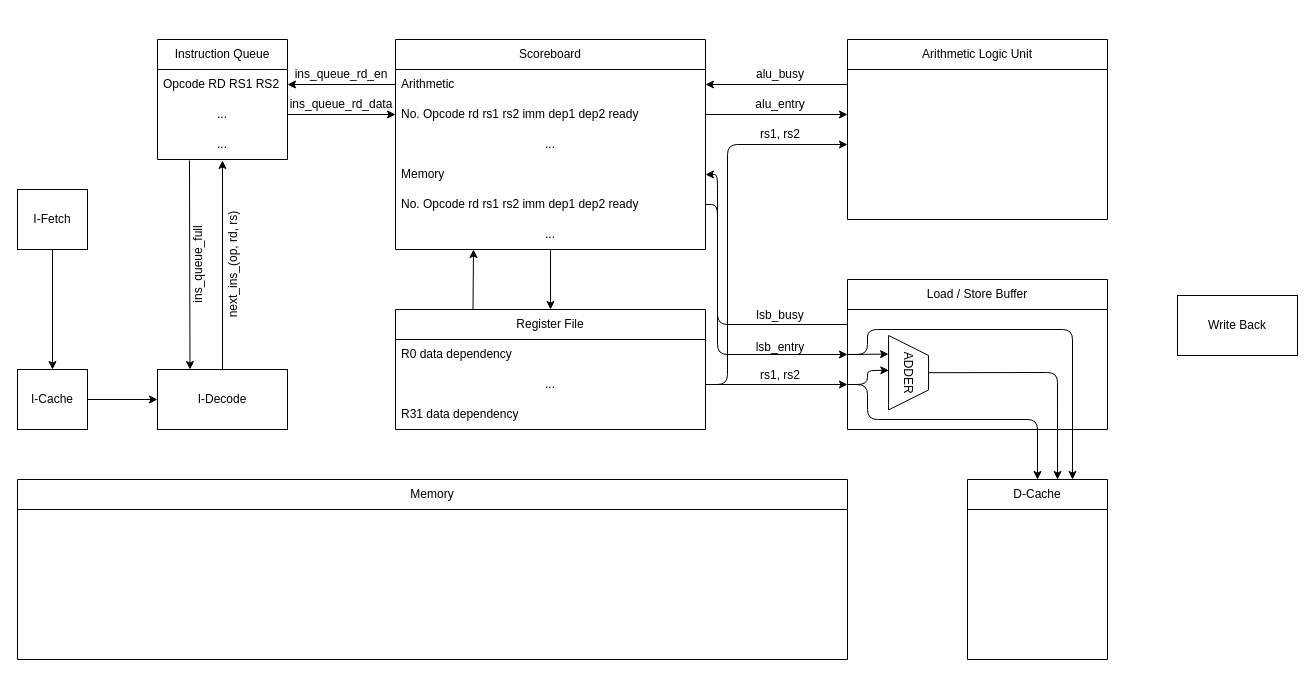
Earlier version of the draw.io diagram doc/structure.drawio (Conless/tiramisu). Source tidied: cells renumbered, new cells numbered last; positions are measured from the earlier drawing's top-left corner, leaving out a move shared by most shapes. Both pictures are drawn from the tidied source at 100%, with x=0, y=0 at pixel (17, 39).
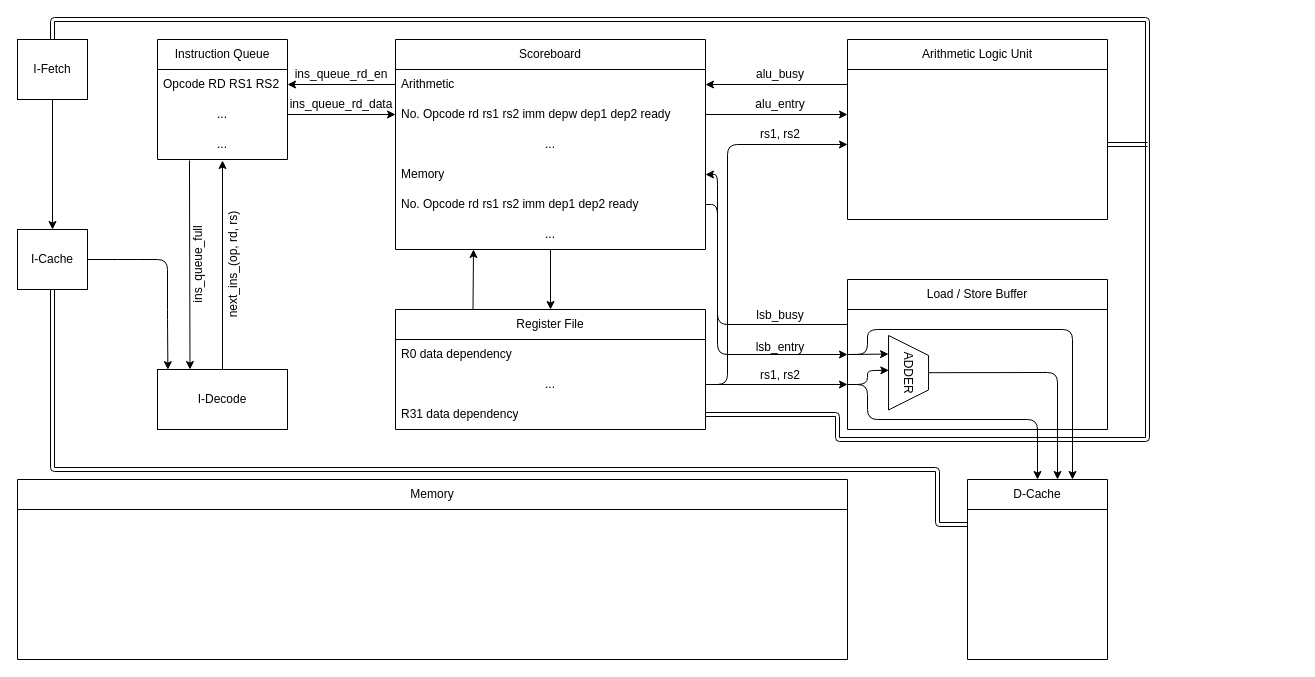
After the change.

Commit message:
feat(structure): finish design.

The change refers to these unchanged cells:
```xml
<mxCell id="8" value="I-Decode" style="whiteSpace=wrap;html=1;" parent="1" vertex="1">
  <mxGeometry x="140" y="330" width="130" height="60" as="geometry" />
</mxCell>
<mxCell id="16" value="Scoreboard" style="swimlane;fontStyle=0;horizontal=1;startSize=30;whiteSpace=wrap;html=1;" parent="1" vertex="1">
  <mxGeometry x="378" width="310" height="210" as="geometry" />
</mxCell>
<mxCell id="31" value="R31 data dependency" style="text;strokeColor=none;fillColor=none;align=left;verticalAlign=middle;spacingLeft=4;spacingRight=4;overflow=hidden;points=[[0,0.5],[1,0.5]];portConstraint=eastwest;whiteSpace=wrap;html=1;" parent="28" vertex="1">
  <mxGeometry y="90" width="310" height="30" as="geometry" />
</mxCell>
<mxCell id="35" style="text;strokeColor=none;fillColor=none;align=left;verticalAlign=middle;spacingLeft=4;spacingRight=4;overflow=hidden;points=[[0,0.5],[1,0.5]];portConstraint=eastwest;whiteSpace=wrap;html=1;" parent="32" vertex="1">
  <mxGeometry y="90" width="260" height="30" as="geometry" />
</mxCell>
<mxCell id="57" style="text;strokeColor=none;fillColor=none;align=left;verticalAlign=middle;spacingLeft=4;spacingRight=4;overflow=hidden;points=[[0,0.5],[1,0.5]];portConstraint=eastwest;whiteSpace=wrap;html=1;" parent="56" vertex="1">
  <mxGeometry y="30" width="140" height="30" as="geometry" />
</mxCell>
```

What changed in the source:
```diff
@@
     <mxCell id="4" value="I-Fetch" style="whiteSpace=wrap;html=1;" parent="1" vertex="1">
-      <mxGeometry y="150" width="70" height="60" as="geometry" />
+      <mxGeometry width="70" height="60" as="geometry" />
     </mxCell>
-    <mxCell id="5" style="edgeStyle=none;html=1;" parent="1" edge="1" source="6" target="8">
-      <mxGeometry relative="1" as="geometry" />
+    <mxCell id="5" style="edgeStyle=none;html=1;exitX=1;exitY=0.5;exitDx=0;exitDy=0;entryX=0.08;entryY=0.003;entryDx=0;entryDy=0;entryPerimeter=0;" parent="1" edge="1" source="6" target="8">
+      <mxGeometry relative="1" as="geometry">
+        <Array as="points">
+          <mxPoint x="110" y="220" />
+          <mxPoint x="150" y="220" />
+          <mxPoint x="150" y="280" />
+        </Array>
+      </mxGeometry>
     </mxCell>
     <mxCell id="6" value="I-Cache" style="whiteSpace=wrap;html=1;" parent="1" vertex="1">
-      <mxGeometry y="330" width="70" height="60" as="geometry" />
+      <mxGeometry y="190" width="70" height="60" as="geometry" />
     </mxCell>
@@
-    <mxCell id="18" value="No. Opcode rd rs1 rs2 imm dep1 dep2 ready&amp;nbsp;" style="text;strokeColor=none;fillColor=none;align=left;verticalAlign=middle;spacingLeft=4;spacingRight=4;overflow=hidden;points=[[0,0.5],[1,0.5]];portConstraint=eastwest;whiteSpace=wrap;html=1;" parent="16" vertex="1">
+    <mxCell id="18" value="No. Opcode rd rs1 rs2 imm depw dep1 dep2 ready&amp;nbsp;" style="text;strokeColor=none;fillColor=none;align=left;verticalAlign=middle;spacingLeft=4;spacingRight=4;overflow=hidden;points=[[0,0.5],[1,0.5]];portConstraint=eastwest;whiteSpace=wrap;html=1;" parent="16" vertex="1">
       <mxGeometry y="60" width="310" height="30" as="geometry" />
     </mxCell>
@@
-    <mxCell id="73" value="Write Back" style="rounded=0;whiteSpace=wrap;html=1;" parent="1" vertex="1">
-      <mxGeometry x="1160" y="256" width="120" height="60" as="geometry" />
+    <mxCell id="73" style="endArrow=none;html=1;shape=link;exitX=1;exitY=0.5;exitDx=0;exitDy=0;entryX=0.5;entryY=0;entryDx=0;entryDy=0;" parent="1" edge="1" source="31" target="4">
+      <mxGeometry relative="1" as="geometry">
+        <Array as="points">
+          <mxPoint x="820" y="375" />
+          <mxPoint x="820" y="400" />
+          <mxPoint x="1130" y="400" />
+          <mxPoint x="1130" y="-20" />
+          <mxPoint x="35" y="-20" />
+        </Array>
+      </mxGeometry>
     </mxCell>
+    <mxCell id="74" style="endArrow=none;html=1;shape=link;exitX=1;exitY=0.5;exitDx=0;exitDy=0;" parent="1" edge="1" source="35">
+      <mxGeometry relative="1" as="geometry">
+        <mxPoint x="1130" y="105" as="targetPoint" />
+      </mxGeometry>
+    </mxCell>
+    <mxCell id="75" style="endArrow=none;html=1;shape=link;exitX=0.5;exitY=1;exitDx=0;exitDy=0;entryX=0;entryY=0.5;entryDx=0;entryDy=0;" parent="1" edge="1" source="6" target="57">
+      <mxGeometry relative="1" as="geometry">
+        <Array as="points">
+          <mxPoint x="35" y="430" />
+          <mxPoint x="920" y="430" />
+          <mxPoint x="920" y="485" />
+        </Array>
+      </mxGeometry>
+    </mxCell>
```
